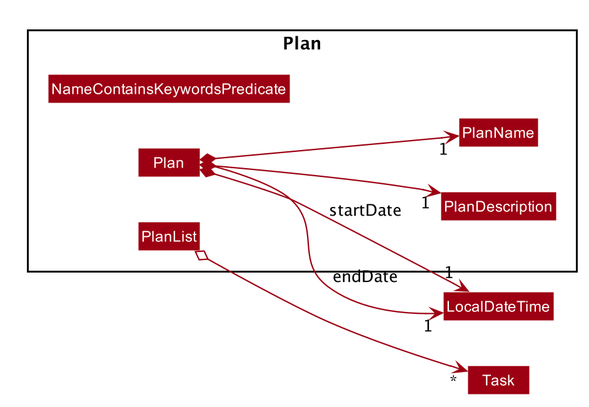
CS2103T-W11-1/main keeps this PlantUML diagram as images/design/model/PlanPackageDiagram.png. Above is the earlier version. The source it was exported from:
```plantuml
@startuml








skinparam BackgroundColor #FFFFFFF

skinparam Shadowing false

skinparam Class {
    FontColor #FFFFFF
    BorderThickness 1
    BorderColor #FFFFFF
    StereotypeFontColor #FFFFFF
    FontName Arial
}

skinparam Actor {
    BorderColor #000000
    Color #000000
    FontName Arial
}

skinparam Sequence {
    MessageAlign center
    BoxFontSize 15
    BoxPadding 0
    BoxFontColor #FFFFFF
    FontName Arial
}

skinparam Participant {
    FontColor #FFFFFFF
    Padding 20
}

skinparam MinClassWidth 50
skinparam ParticipantPadding 10
skinparam Shadowing false
skinparam DefaultTextAlignment center
skinparam packageStyle Rectangle

hide footbox
hide members
hide circle
left to right direction
skinparam arrowThickness 1.1
skinparam arrowColor #9D0012
skinparam classBackgroundColor #9D0012

show <<enumeration>> fields

Package Plan {
    Class NameContainsKeywordsPredicate
    Class Plan
    Class PlanDescription
    Class PlanList
    Class PlanName
}

Plan *--> "1" PlanName
Plan *--> "1" PlanDescription
Plan *--> "1" LocalDateTime : startDate
Plan *--> "1" LocalDateTime : endDate
PlanList o--> "*" Task

@enduml
```
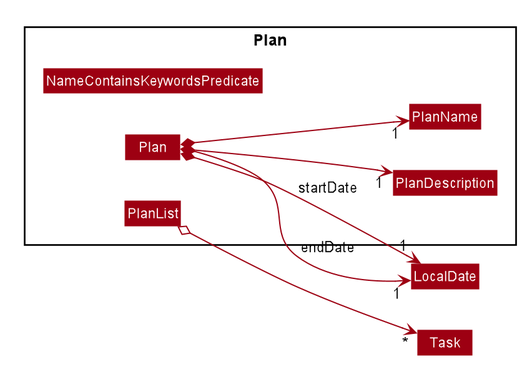
Later version of the same file.

What changed in the source:
```diff
@@ -64,8 +64,8 @@
 
 Plan *--> "1" PlanName
 Plan *--> "1" PlanDescription
-Plan *--> "1" LocalDateTime : startDate
-Plan *--> "1" LocalDateTime : endDate
+Plan *--> "1" LocalDate : startDate
+Plan *--> "1" LocalDate : endDate
 PlanList o--> "*" Task
 
 @enduml
```
